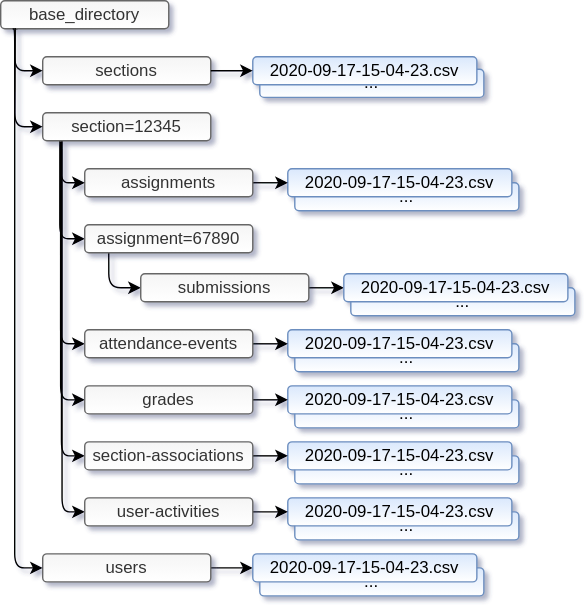
The draw.io diagram src/notebooks/filesystem.svg in Ed-Fi-Exchange-OSS/LMS-Toolkit, before a commit. Source tidied: cells renumbered, new cells last; positions are measured from the earlier drawing's top-left corner, leaving out a move shared by most shapes.
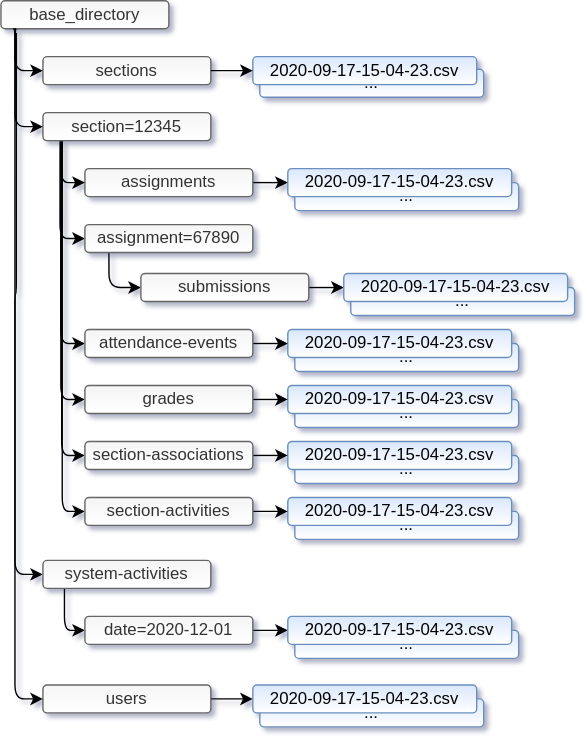
Above is the later version.

The edit, as a diff of the source:
```diff
@@ -10,7 +10,7 @@
       </mxGeometry>
     </mxCell>
     <mxCell id="3" value="..." style="whiteSpace=wrap;html=1;fillColor=#dae8fc;strokeColor=#6c8ebf;gradientColor=#ffffff;rounded=1;" parent="1" vertex="1">
-      <mxGeometry x="185" y="405" width="160" height="20" as="geometry" />
+      <mxGeometry x="185" y="499" width="160" height="20" as="geometry" />
     </mxCell>
     <mxCell id="4" value="..." style="whiteSpace=wrap;html=1;fillColor=#dae8fc;strokeColor=#6c8ebf;gradientColor=#ffffff;rounded=1;" parent="1" vertex="1">
       <mxGeometry x="250" y="205" width="160" height="20" as="geometry" />
@@ -41,6 +41,9 @@
         </Array>
       </mxGeometry>
     </mxCell>
+    <mxCell id="48" style="edgeStyle=orthogonalEdgeStyle;rounded=1;jettySize=auto;html=1;exitX=0.092;exitY=1.15;exitDx=0;exitDy=0;entryX=0;entryY=0.5;entryDx=0;entryDy=0;exitPerimeter=0;" parent="1" edge="1" source="12" target="52">
+      <mxGeometry relative="1" as="geometry" />
+    </mxCell>
     <mxCell id="12" value="base_directory" style="whiteSpace=wrap;html=1;fillColor=#f5f5f5;strokeColor=#666666;fontColor=#333333;gradientColor=#ffffff;rounded=1;" parent="1" vertex="1">
       <mxGeometry width="120" height="20" as="geometry" />
     </mxCell>
@@ -48,7 +51,7 @@
       <mxGeometry relative="1" as="geometry" />
     </mxCell>
     <mxCell id="14" value="users" style="whiteSpace=wrap;html=1;fillColor=#f5f5f5;strokeColor=#666666;fontColor=#333333;gradientColor=#ffffff;rounded=1;" parent="1" vertex="1">
-      <mxGeometry x="30" y="395" width="120" height="20" as="geometry" />
+      <mxGeometry x="30" y="489" width="120" height="20" as="geometry" />
     </mxCell>
     <mxCell id="15" style="edgeStyle=orthogonalEdgeStyle;jettySize=auto;html=1;exitX=0.107;exitY=1.036;exitDx=0;exitDy=0;entryX=0;entryY=0.5;entryDx=0;entryDy=0;exitPerimeter=0;" parent="1" edge="1" source="19" target="26">
       <mxGeometry relative="1" as="geometry">
@@ -85,7 +88,7 @@
       <mxGeometry x="205" y="120" width="160" height="20" as="geometry" />
     </mxCell>
     <mxCell id="21" value="2020-09-17-15-04-23.csv" style="whiteSpace=wrap;html=1;fillColor=#dae8fc;strokeColor=#6c8ebf;gradientColor=#ffffff;rounded=1;" parent="1" vertex="1">
-      <mxGeometry x="180" y="395" width="160" height="20" as="geometry" />
+      <mxGeometry x="180" y="489" width="160" height="20" as="geometry" />
     </mxCell>
     <mxCell id="22" style="edgeStyle=orthogonalEdgeStyle;jettySize=auto;html=1;exitX=1;exitY=0.5;exitDx=0;exitDy=0;entryX=0;entryY=0.5;entryDx=0;entryDy=0;" parent="1" edge="1" source="23" target="20">
       <mxGeometry relative="1" as="geometry" />
@@ -137,7 +140,7 @@
     <mxCell id="36" style="edgeStyle=orthogonalEdgeStyle;jettySize=auto;html=1;exitX=1;exitY=0.5;exitDx=0;exitDy=0;" parent="1" edge="1" source="37" target="35">
       <mxGeometry relative="1" as="geometry" />
     </mxCell>
-    <mxCell id="37" value="user-activities" style="whiteSpace=wrap;html=1;fillColor=#f5f5f5;strokeColor=#666666;fontColor=#333333;gradientColor=#ffffff;rounded=1;" parent="1" vertex="1">
+    <mxCell id="37" value="section-activities" style="whiteSpace=wrap;html=1;fillColor=#f5f5f5;strokeColor=#666666;fontColor=#333333;gradientColor=#ffffff;rounded=1;" parent="1" vertex="1">
       <mxGeometry x="60" y="355" width="120" height="20" as="geometry" />
     </mxCell>
     <mxCell id="38" value="..." style="whiteSpace=wrap;html=1;fillColor=#dae8fc;strokeColor=#6c8ebf;gradientColor=#ffffff;rounded=1;" parent="1" vertex="1">
@@ -167,7 +170,7 @@
       <mxGeometry relative="1" as="geometry">
         <Array as="points">
           <mxPoint x="10" y="20" />
-          <mxPoint x="10" y="405" />
+          <mxPoint x="10" y="499" />
         </Array>
       </mxGeometry>
     </mxCell>
@@ -189,5 +192,27 @@
     <mxCell id="47" style="edgeStyle=elbowEdgeStyle;jumpSize=0;orthogonalLoop=1;jettySize=auto;elbow=vertical;html=1;exitX=0.25;exitY=1;exitDx=0;exitDy=0;strokeColor=#000000;" parent="1" edge="1" source="12" target="12">
       <mxGeometry relative="1" as="geometry" />
     </mxCell>
+    <mxCell id="49" value="..." style="whiteSpace=wrap;html=1;fillColor=#dae8fc;strokeColor=#6c8ebf;gradientColor=#ffffff;rounded=1;" parent="1" vertex="1">
+      <mxGeometry x="210" y="450" width="160" height="20" as="geometry" />
+    </mxCell>
+    <mxCell id="50" style="edgeStyle=orthogonalEdgeStyle;jettySize=auto;html=1;entryX=0;entryY=0.5;entryDx=0;entryDy=0;" parent="1" edge="1" source="54" target="53">
+      <mxGeometry relative="1" as="geometry" />
+    </mxCell>
+    <mxCell id="51" style="edgeStyle=orthogonalEdgeStyle;rounded=1;jettySize=auto;html=1;exitX=0.128;exitY=0.967;exitDx=0;exitDy=0;entryX=0;entryY=0.5;entryDx=0;entryDy=0;exitPerimeter=0;" parent="1" edge="1" source="52" target="54">
+      <mxGeometry relative="1" as="geometry">
+        <Array as="points">
+          <mxPoint x="45" y="450" />
+        </Array>
+      </mxGeometry>
+    </mxCell>
+    <mxCell id="52" value="system-activities" style="whiteSpace=wrap;html=1;fillColor=#f5f5f5;strokeColor=#666666;fontColor=#333333;gradientColor=#ffffff;rounded=1;" parent="1" vertex="1">
+      <mxGeometry x="30" y="400" width="120" height="20" as="geometry" />
+    </mxCell>
+    <mxCell id="53" value="2020-09-17-15-04-23.csv" style="whiteSpace=wrap;html=1;fillColor=#dae8fc;strokeColor=#6c8ebf;gradientColor=#ffffff;rounded=1;" parent="1" vertex="1">
+      <mxGeometry x="205" y="440" width="160" height="20" as="geometry" />
+    </mxCell>
+    <mxCell id="54" value="date=2020-12-01" style="whiteSpace=wrap;html=1;fillColor=#f5f5f5;strokeColor=#666666;fontColor=#333333;gradientColor=#ffffff;rounded=1;" parent="1" vertex="1">
+      <mxGeometry x="60" y="440" width="120" height="20" as="geometry" />
+    </mxCell>
   </root>
 </mxGraphModel>
```
